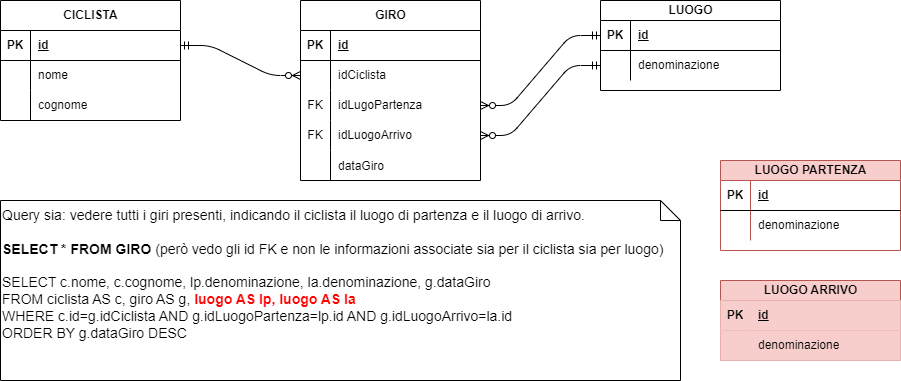
Before: AS_2024_2025/5A-Informatica/05-12 Relazioni su tabelle/er.drawio.png, a diagram exported from draw.io (CescoP81/GalileiOstiglia). Source tidied: cells renumbered, new cells last; positions are measured from the earlier drawing's top-left corner, leaving out a move shared by most shapes.
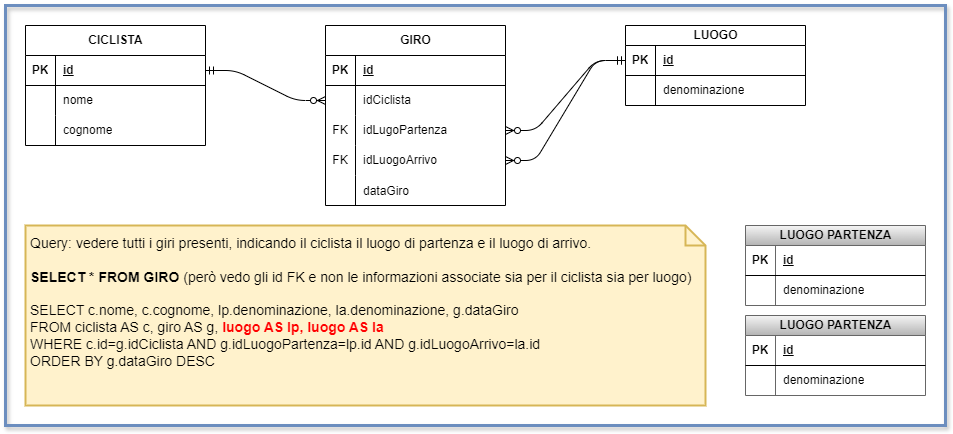
Above is the later version.

What changed in the source:
```diff
@@ -1,4 +1,4 @@
-<mxGraphModel>
+<mxGraphModel background="#ffffff">
   <root>
     <mxCell id="0" />
     <mxCell id="1" parent="0" />
@@ -33,7 +33,7 @@
       <mxGeometry x="30" width="150" height="30" as="geometry" />
     </mxCell>
     <mxCell id="12" value="LUOGO" style="shape=table;startSize=20;rowLines=0;fontStyle=1;align=center;html=1;" parent="1" vertex="1">
-      <mxGeometry x="600" width="180" height="90" as="geometry" />
+      <mxGeometry x="600" width="180" height="80" as="geometry" />
     </mxCell>
     <mxCell id="13" style="shape=tableRow;horizontal=0;startSize=0;swimlaneHead=0;swimlaneBody=0;fillColor=none;points=[[0,0.5],[1,0.5]];portConstraint=eastwest;top=0;left=0;right=0;bottom=1;" parent="12" vertex="1">
       <mxGeometry y="20" width="180" height="30" as="geometry" />
@@ -101,8 +101,8 @@
     <mxCell id="34" value="dataGiro" style="shape=partialRectangle;fillColor=none;top=0;left=0;bottom=0;right=0;align=left;spacingLeft=6;overflow=hidden;" parent="32" vertex="1">
       <mxGeometry x="30" width="150" height="30" as="geometry" />
     </mxCell>
-    <mxCell id="35" value="LUOGO PARTENZA" style="shape=table;startSize=20;rowLines=0;fontStyle=1;align=center;html=1;fillColor=#f8cecc;strokeColor=#b85450;" parent="1" vertex="1">
-      <mxGeometry x="720" y="160" width="180" height="90" as="geometry" />
+    <mxCell id="35" value="LUOGO PARTENZA" style="shape=table;startSize=20;rowLines=0;fontStyle=1;align=center;html=1;fillColor=#f5f5f5;gradientColor=#b3b3b3;strokeColor=#666666;" parent="1" vertex="1">
+      <mxGeometry x="720" y="200" width="180" height="80" as="geometry" />
     </mxCell>
     <mxCell id="36" style="shape=tableRow;horizontal=0;startSize=0;swimlaneHead=0;swimlaneBody=0;fillColor=none;top=0;left=0;right=0;bottom=1;" parent="35" vertex="1">
       <mxGeometry y="20" width="180" height="30" as="geometry" />
@@ -122,38 +122,41 @@
     <mxCell id="41" value="denominazione" style="shape=partialRectangle;fillColor=none;top=0;left=0;bottom=0;right=0;align=left;spacingLeft=6;overflow=hidden;whiteSpace=wrap;html=1;" parent="39" vertex="1">
       <mxGeometry x="30" width="150" height="30" as="geometry" />
     </mxCell>
-    <mxCell id="42" value="LUOGO ARRIVO" style="shape=table;startSize=20;rowLines=0;fontStyle=1;align=center;html=1;fillColor=#f8cecc;strokeColor=#b85450;" parent="1" vertex="1">
-      <mxGeometry x="720" y="280" width="180" height="80" as="geometry" />
-    </mxCell>
-    <mxCell id="43" style="shape=tableRow;horizontal=0;startSize=0;swimlaneHead=0;swimlaneBody=0;fillColor=#f8cecc;top=0;left=0;right=0;bottom=1;strokeColor=#b85450;" parent="42" vertex="1">
-      <mxGeometry y="20" width="180" height="30" as="geometry" />
-    </mxCell>
-    <mxCell id="44" value="PK" style="shape=partialRectangle;fillColor=#f8cecc;top=0;left=0;bottom=0;right=0;fontStyle=1;overflow=hidden;whiteSpace=wrap;html=1;strokeColor=#b85450;" parent="43" vertex="1">
-      <mxGeometry width="30" height="30" as="geometry" />
-    </mxCell>
-    <mxCell id="45" value="id" style="shape=partialRectangle;fillColor=#f8cecc;top=0;left=0;bottom=0;right=0;align=left;spacingLeft=6;fontStyle=5;overflow=hidden;whiteSpace=wrap;html=1;strokeColor=#b85450;" parent="43" vertex="1">
-      <mxGeometry x="30" width="150" height="30" as="geometry" />
-    </mxCell>
-    <mxCell id="46" style="shape=tableRow;horizontal=0;startSize=0;swimlaneHead=0;swimlaneBody=0;fillColor=#f8cecc;top=0;left=0;right=0;bottom=0;strokeColor=#b85450;" parent="42" vertex="1">
-      <mxGeometry y="50" width="180" height="30" as="geometry" />
-    </mxCell>
-    <mxCell id="47" style="shape=partialRectangle;fillColor=#f8cecc;top=0;left=0;bottom=0;right=0;overflow=hidden;whiteSpace=wrap;html=1;strokeColor=#b85450;" parent="46" vertex="1">
-      <mxGeometry width="30" height="30" as="geometry" />
-    </mxCell>
-    <mxCell id="48" value="denominazione" style="shape=partialRectangle;fillColor=#f8cecc;top=0;left=0;bottom=0;right=0;align=left;spacingLeft=6;overflow=hidden;whiteSpace=wrap;html=1;strokeColor=#b85450;" parent="46" vertex="1">
-      <mxGeometry x="30" width="150" height="30" as="geometry" />
-    </mxCell>
     <mxCell id="49" style="edgeStyle=entityRelationEdgeStyle;fontSize=12;html=1;endArrow=ERzeroToMany;startArrow=ERmandOne;exitX=0;exitY=0.5;exitDx=0;exitDy=0;entryX=1;entryY=0.5;entryDx=0;entryDy=0;" parent="1" edge="1" source="13" target="26">
       <mxGeometry relative="1" as="geometry" />
     </mxCell>
-    <mxCell id="50" style="edgeStyle=entityRelationEdgeStyle;fontSize=12;html=1;endArrow=ERzeroToMany;startArrow=ERmandOne;exitX=0;exitY=0.5;exitDx=0;exitDy=0;entryX=1;entryY=0.5;entryDx=0;entryDy=0;" parent="1" edge="1" source="16" target="29">
+    <mxCell id="50" style="edgeStyle=entityRelationEdgeStyle;fontSize=12;html=1;endArrow=ERzeroToMany;startArrow=ERmandOne;exitX=0;exitY=0.5;exitDx=0;exitDy=0;entryX=1;entryY=0.5;entryDx=0;entryDy=0;" parent="1" edge="1" source="13" target="29">
       <mxGeometry relative="1" as="geometry" />
     </mxCell>
     <mxCell id="51" style="edgeStyle=entityRelationEdgeStyle;fontSize=12;html=1;endArrow=ERzeroToMany;startArrow=ERmandOne;exitX=1;exitY=0.5;exitDx=0;exitDy=0;entryX=0;entryY=0.5;entryDx=0;entryDy=0;" parent="1" edge="1" source="3" target="23">
       <mxGeometry relative="1" as="geometry" />
     </mxCell>
-    <mxCell id="52" value="&lt;font style=&quot;font-size: 14px;&quot;&gt;Query sia: vedere tutti i giri presenti, indicando il ciclista il luogo di partenza e il luogo di arrivo.&lt;/font&gt;&lt;div&gt;&lt;font style=&quot;font-size: 14px;&quot;&gt;&lt;br&gt;&lt;/font&gt;&lt;/div&gt;&lt;div&gt;&lt;font style=&quot;font-size: 14px;&quot;&gt;&lt;b&gt;SELECT * FROM GIRO&lt;/b&gt; (però vedo gli id FK e non le informazioni associate sia per il ciclista sia per luogo)&lt;/font&gt;&lt;/div&gt;&lt;div&gt;&lt;font style=&quot;font-size: 14px;&quot;&gt;&lt;br&gt;&lt;/font&gt;&lt;/div&gt;&lt;div&gt;&lt;font style=&quot;font-size: 14px;&quot;&gt;SELECT c.nome, c.cognome, lp.denominazione, la.denominazione, g.dataGiro&lt;/font&gt;&lt;/div&gt;&lt;div&gt;&lt;font style=&quot;font-size: 14px;&quot;&gt;FROM ciclista AS c, giro AS g, &lt;b&gt;&lt;font style=&quot;color: rgb(255, 0, 0);&quot;&gt;luogo AS lp, luogo AS la&lt;/font&gt;&lt;/b&gt;&lt;/font&gt;&lt;/div&gt;&lt;div&gt;&lt;font style=&quot;font-size: 14px;&quot;&gt;WHERE c.id=g.idCiclista AND g.idLuogoPartenza=lp.id AND g.idLuogoArrivo=la.id&lt;/font&gt;&lt;/div&gt;&lt;div&gt;&lt;font style=&quot;font-size: 14px;&quot;&gt;ORDER BY g.dataGiro DESC&lt;/font&gt;&lt;/div&gt;" style="shape=note;size=20;whiteSpace=wrap;html=1;align=left;verticalAlign=top;" parent="1" vertex="1">
+    <mxCell id="52" value="&lt;font style=&quot;font-size: 14px;&quot;&gt;Query: vedere tutti i giri presenti, indicando il ciclista il luogo di partenza e il luogo di arrivo.&lt;/font&gt;&lt;div&gt;&lt;font style=&quot;font-size: 14px;&quot;&gt;&lt;br&gt;&lt;/font&gt;&lt;/div&gt;&lt;div&gt;&lt;font style=&quot;font-size: 14px;&quot;&gt;&lt;b&gt;SELECT * FROM GIRO&lt;/b&gt; (però vedo gli id FK e non le informazioni associate sia per il ciclista sia per luogo)&lt;/font&gt;&lt;/div&gt;&lt;div&gt;&lt;font style=&quot;font-size: 14px;&quot;&gt;&lt;br&gt;&lt;/font&gt;&lt;/div&gt;&lt;div&gt;&lt;font style=&quot;font-size: 14px;&quot;&gt;SELECT c.nome, c.cognome, lp.denominazione, la.denominazione, g.dataGiro&lt;/font&gt;&lt;/div&gt;&lt;div&gt;&lt;font style=&quot;font-size: 14px;&quot;&gt;FROM ciclista AS c, giro AS g, &lt;b&gt;&lt;font style=&quot;color: rgb(255, 0, 0);&quot;&gt;luogo AS lp, luogo AS la&lt;/font&gt;&lt;/b&gt;&lt;/font&gt;&lt;/div&gt;&lt;div&gt;&lt;font style=&quot;font-size: 14px;&quot;&gt;WHERE c.id=g.idCiclista AND g.idLuogoPartenza=lp.id AND g.idLuogoArrivo=la.id&lt;/font&gt;&lt;/div&gt;&lt;div&gt;&lt;font style=&quot;font-size: 14px;&quot;&gt;ORDER BY g.dataGiro DESC&lt;/font&gt;&lt;/div&gt;" style="shape=note;size=20;whiteSpace=wrap;html=1;align=left;verticalAlign=top;fillColor=#fff2cc;strokeColor=#d6b656;strokeWidth=2;perimeterSpacing=0;spacing=5;" parent="1" vertex="1">
       <mxGeometry y="200" width="680" height="180" as="geometry" />
     </mxCell>
+    <mxCell id="53" value="LUOGO PARTENZA" style="shape=table;startSize=20;rowLines=0;fontStyle=1;align=center;html=1;fillColor=#f5f5f5;gradientColor=#b3b3b3;strokeColor=#666666;" parent="1" vertex="1">
+      <mxGeometry x="720" y="290" width="180" height="80" as="geometry" />
+    </mxCell>
+    <mxCell id="54" style="shape=tableRow;horizontal=0;startSize=0;swimlaneHead=0;swimlaneBody=0;fillColor=none;top=0;left=0;right=0;bottom=1;" parent="53" vertex="1">
+      <mxGeometry y="20" width="180" height="30" as="geometry" />
+    </mxCell>
+    <mxCell id="44" value="PK" style="shape=partialRectangle;fillColor=none;top=0;left=0;bottom=0;right=0;fontStyle=1;overflow=hidden;whiteSpace=wrap;html=1;" parent="54" vertex="1">
+      <mxGeometry width="30" height="30" as="geometry" />
+    </mxCell>
+    <mxCell id="45" value="id" style="shape=partialRectangle;fillColor=none;top=0;left=0;bottom=0;right=0;align=left;spacingLeft=6;fontStyle=5;overflow=hidden;whiteSpace=wrap;html=1;" parent="54" vertex="1">
+      <mxGeometry x="30" width="150" height="30" as="geometry" />
+    </mxCell>
+    <mxCell id="55" style="shape=tableRow;horizontal=0;startSize=0;swimlaneHead=0;swimlaneBody=0;fillColor=none;top=0;left=0;right=0;bottom=0;" parent="53" vertex="1">
+      <mxGeometry y="50" width="180" height="30" as="geometry" />
+    </mxCell>
+    <mxCell id="56" style="shape=partialRectangle;fillColor=none;top=0;left=0;bottom=0;right=0;overflow=hidden;whiteSpace=wrap;html=1;" parent="55" vertex="1">
+      <mxGeometry width="30" height="30" as="geometry" />
+    </mxCell>
+    <mxCell id="48" value="denominazione" style="shape=partialRectangle;fillColor=none;top=0;left=0;bottom=0;right=0;align=left;spacingLeft=6;overflow=hidden;whiteSpace=wrap;html=1;" parent="55" vertex="1">
+      <mxGeometry x="30" width="150" height="30" as="geometry" />
+    </mxCell>
+    <mxCell id="57" style="rounded=0;whiteSpace=wrap;html=1;fillColor=none;strokeWidth=3;strokeColor=#6c8ebf;glass=0;shadow=1;" parent="1" vertex="1">
+      <mxGeometry x="-20" y="-20" width="940" height="420" as="geometry" />
+    </mxCell>
   </root>
 </mxGraphModel>
```
